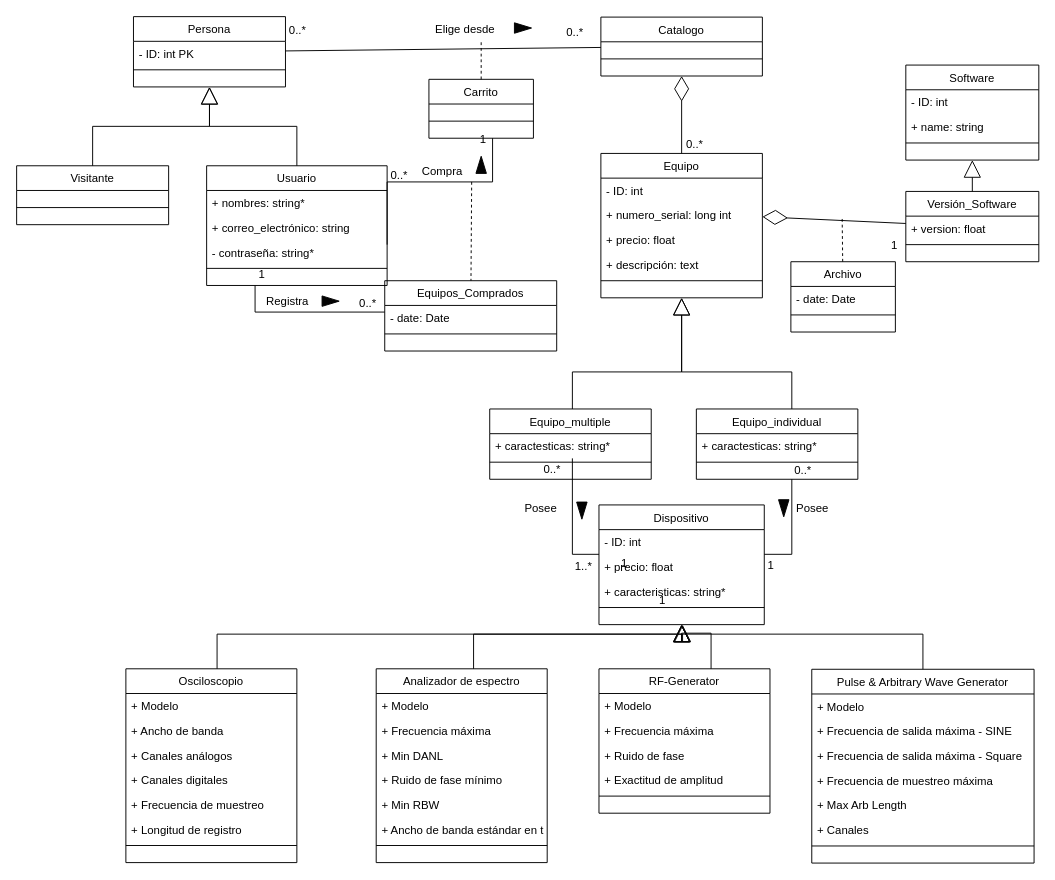
Before: ModeloDeDatos.drawio in pierreLucas40/INF236, a draw.io diagram. Source tidied: cells renumbered, new cells numbered last; positions are measured from the earlier drawing's top-left corner, leaving out a move shared by most shapes. Both pictures are drawn from the tidied source at 95%, with x=0, y=0 at pixel (16, 16).
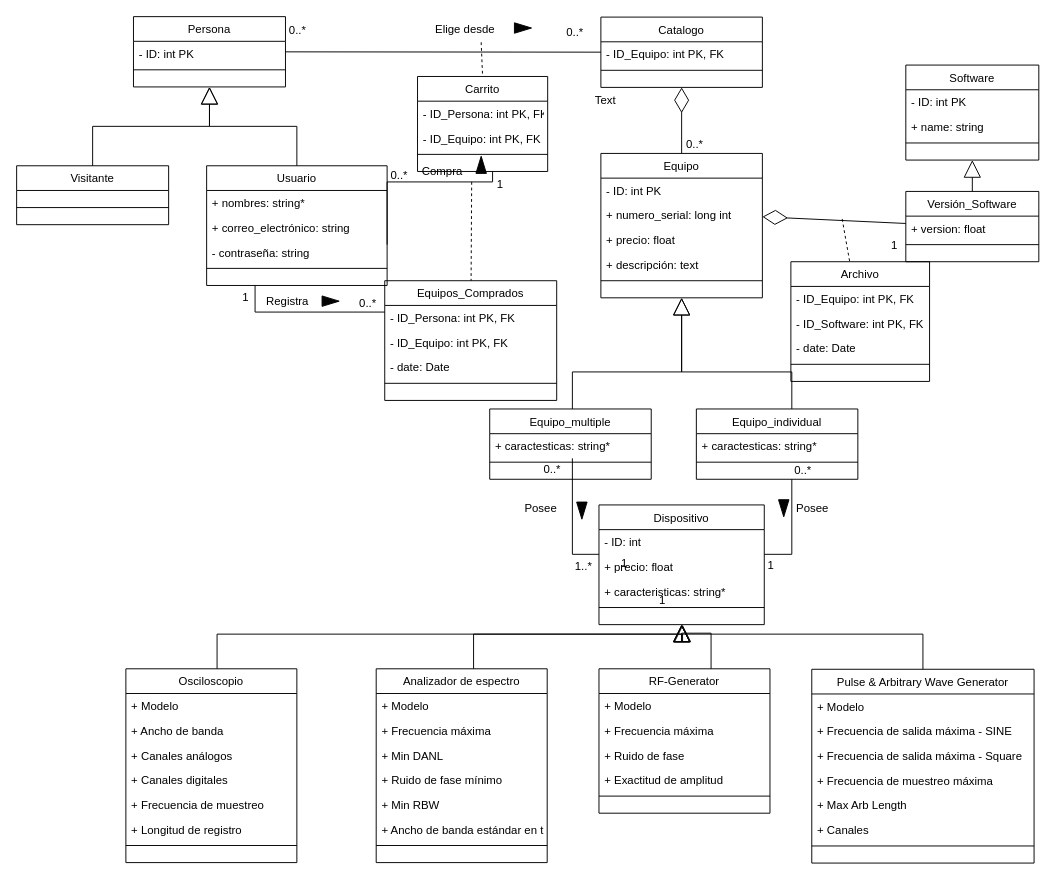
The same diagram, later.

The change refers to these unchanged cells:
```xml
<mxCell id="2" value="Usuario" style="swimlane;fontStyle=0;horizontal=1;startSize=26;fillColor=none;fontSize=12;" parent="1" vertex="1">
  <mxGeometry x="200" y="157" width="190" height="126" as="geometry" />
</mxCell>
<mxCell id="8" value="Equipo" style="swimlane;fontStyle=0;horizontal=1;startSize=26;fillColor=none;fontSize=12;" parent="1" vertex="1">
  <mxGeometry x="615" y="144" width="170" height="152" as="geometry" />
</mxCell>
<mxCell id="15" value="Software" style="swimlane;fontStyle=0;horizontal=1;startSize=26;fillColor=none;fontSize=12;" parent="1" vertex="1">
  <mxGeometry x="936" y="51" width="140" height="100" as="geometry" />
</mxCell>
```

Change to the diagram source:
```diff
@@
-    <mxCell id="5" value="- contraseña: string*" style="text;strokeColor=none;fillColor=none;align=left;verticalAlign=top;spacingLeft=4;spacingRight=4;overflow=hidden;fontSize=12;" parent="2" vertex="1">
+    <mxCell id="5" value="- contraseña: string" style="text;strokeColor=none;fillColor=none;align=left;verticalAlign=top;spacingLeft=4;spacingRight=4;overflow=hidden;fontSize=12;" parent="2" vertex="1">
       <mxGeometry y="78" width="190" height="26" as="geometry" />
     </mxCell>
@@
-    <mxCell id="9" value="- ID: int" style="text;strokeColor=none;fillColor=none;align=left;verticalAlign=top;spacingLeft=4;spacingRight=4;overflow=hidden;fontSize=12;" parent="8" vertex="1">
-      <mxGeometry y="26" width="170" height="26" as="geometry" />
-    </mxCell>
+    <mxCell id="141" value="- ID: int PK" style="text;strokeColor=none;fillColor=none;align=left;verticalAlign=top;spacingLeft=4;spacingRight=4;overflow=hidden;fontSize=12;" parent="8" vertex="1">
+      <mxGeometry y="26" width="170" height="26" as="geometry" />
+    </mxCell>
@@
-    <mxCell id="16" value="- ID: int" style="text;strokeColor=none;fillColor=none;align=left;verticalAlign=top;spacingLeft=4;spacingRight=4;overflow=hidden;fontSize=12;" parent="15" vertex="1">
-      <mxGeometry y="26" width="140" height="26" as="geometry" />
-    </mxCell>
+    <mxCell id="142" value="- ID: int PK" style="text;strokeColor=none;fillColor=none;align=left;verticalAlign=top;spacingLeft=4;spacingRight=4;overflow=hidden;fontSize=12;" parent="15" vertex="1">
+      <mxGeometry y="26" width="140" height="26" as="geometry" />
+    </mxCell>
@@
     <mxCell id="25" value="Carrito" style="swimlane;fontStyle=0;horizontal=1;startSize=26;fillColor=none;fontSize=12;" parent="1" vertex="1">
-      <mxGeometry x="434" y="66" width="110" height="62" as="geometry" />
+      <mxGeometry x="422" y="63" width="137" height="100" as="geometry" />
     </mxCell>
-    <mxCell id="26" style="text;strokeColor=none;fillColor=none;align=left;verticalAlign=middle;spacingTop=-1;spacingLeft=4;spacingRight=4;labelPosition=right;" parent="25" vertex="1">
-      <mxGeometry y="26" width="110" height="14" as="geometry" />
-    </mxCell>
+    <mxCell id="143" value="- ID_Persona: int PK, FK" style="text;strokeColor=none;fillColor=none;align=left;verticalAlign=top;spacingLeft=4;spacingRight=4;overflow=hidden;fontSize=12;" parent="25" vertex="1">
+      <mxGeometry y="26" width="137" height="26" as="geometry" />
+    </mxCell>
+    <mxCell id="144" value="- ID_Equipo: int PK, FK" style="text;strokeColor=none;fillColor=none;align=left;verticalAlign=top;spacingLeft=4;spacingRight=4;overflow=hidden;fontSize=12;" parent="25" vertex="1">
+      <mxGeometry y="52" width="137" height="26" as="geometry" />
+    </mxCell>
     <mxCell id="27" style="line;strokeWidth=1;fillColor=none;align=left;verticalAlign=middle;spacingTop=-1;spacingLeft=3;spacingRight=3;labelPosition=right;" parent="25" vertex="1">
-      <mxGeometry y="40" width="110" height="8" as="geometry" />
+      <mxGeometry y="78" width="137" height="8" as="geometry" />
     </mxCell>
     <mxCell id="28" style="text;strokeColor=none;fillColor=none;align=left;verticalAlign=middle;spacingTop=-1;spacingLeft=4;spacingRight=4;labelPosition=right;" parent="25" vertex="1">
-      <mxGeometry y="48" width="110" height="14" as="geometry" />
+      <mxGeometry y="86" width="137" height="14" as="geometry" />
     </mxCell>
@@
     <mxCell id="43" value="Equipos_Comprados" style="swimlane;fontStyle=0;horizontal=1;startSize=26;fillColor=none;fontSize=12;" parent="1" vertex="1">
-      <mxGeometry x="387.5" y="278" width="181" height="74" as="geometry" />
+      <mxGeometry x="387.5" y="278" width="181" height="126" as="geometry" />
     </mxCell>
+    <mxCell id="145" value="- ID_Persona: int PK, FK" style="text;strokeColor=none;fillColor=none;align=left;verticalAlign=top;spacingLeft=4;spacingRight=4;overflow=hidden;fontSize=12;" parent="43" vertex="1">
+      <mxGeometry y="26" width="181" height="26" as="geometry" />
+    </mxCell>
+    <mxCell id="146" value="- ID_Equipo: int PK, FK" style="text;strokeColor=none;fillColor=none;align=left;verticalAlign=top;spacingLeft=4;spacingRight=4;overflow=hidden;fontSize=12;" parent="43" vertex="1">
+      <mxGeometry y="52" width="181" height="26" as="geometry" />
+    </mxCell>
-    <mxCell id="44" value="- date: Date" style="text;strokeColor=none;fillColor=none;align=left;verticalAlign=top;spacingLeft=4;spacingRight=4;overflow=hidden;fontSize=12;" parent="43" vertex="1">
-      <mxGeometry y="26" width="181" height="26" as="geometry" />
+    <mxCell id="44" value="- date: Date " style="text;strokeColor=none;fillColor=none;align=left;verticalAlign=top;spacingLeft=4;spacingRight=4;overflow=hidden;fontSize=12;" parent="43" vertex="1">
+      <mxGeometry y="78" width="181" height="26" as="geometry" />
     </mxCell>
     <mxCell id="45" style="line;strokeWidth=1;fillColor=none;align=left;verticalAlign=middle;spacingTop=-1;spacingLeft=3;spacingRight=3;labelPosition=right;" parent="43" vertex="1">
-      <mxGeometry y="52" width="181" height="8" as="geometry" />
+      <mxGeometry y="104" width="181" height="8" as="geometry" />
     </mxCell>
     <mxCell id="46" style="text;strokeColor=none;fillColor=none;align=left;verticalAlign=middle;spacingTop=-1;spacingLeft=4;spacingRight=4;labelPosition=right;" parent="43" vertex="1">
-      <mxGeometry y="60" width="181" height="14" as="geometry" />
+      <mxGeometry y="112" width="181" height="14" as="geometry" />
     </mxCell>
@@
     <mxCell id="51" value="Archivo" style="swimlane;fontStyle=0;horizontal=1;startSize=26;fillColor=none;fontSize=12;" parent="1" vertex="1">
-      <mxGeometry x="815" y="258" width="110" height="74" as="geometry" />
+      <mxGeometry x="815" y="258" width="146" height="126" as="geometry" />
     </mxCell>
+    <mxCell id="147" value="- ID_Equipo: int PK, FK" style="text;strokeColor=none;fillColor=none;align=left;verticalAlign=top;spacingLeft=4;spacingRight=4;overflow=hidden;fontSize=12;" parent="51" vertex="1">
+      <mxGeometry y="26" width="146" height="26" as="geometry" />
+    </mxCell>
+    <mxCell id="148" value="- ID_Software: int PK, FK" style="text;strokeColor=none;fillColor=none;align=left;verticalAlign=top;spacingLeft=4;spacingRight=4;overflow=hidden;fontSize=12;" parent="51" vertex="1">
+      <mxGeometry y="52" width="146" height="26" as="geometry" />
+    </mxCell>
     <mxCell id="52" value="- date: Date" style="text;strokeColor=none;fillColor=none;align=left;verticalAlign=top;spacingLeft=4;spacingRight=4;overflow=hidden;fontSize=12;" parent="51" vertex="1">
-      <mxGeometry y="26" width="110" height="26" as="geometry" />
+      <mxGeometry y="78" width="146" height="26" as="geometry" />
     </mxCell>
     <mxCell id="53" style="line;strokeWidth=1;fillColor=none;align=left;verticalAlign=middle;spacingTop=-1;spacingLeft=3;spacingRight=3;labelPosition=right;" parent="51" vertex="1">
-      <mxGeometry y="52" width="110" height="8" as="geometry" />
+      <mxGeometry y="104" width="146" height="8" as="geometry" />
     </mxCell>
     <mxCell id="54" style="text;strokeColor=none;fillColor=none;align=left;verticalAlign=middle;spacingTop=-1;spacingLeft=4;spacingRight=4;labelPosition=right;" parent="51" vertex="1">
-      <mxGeometry y="60" width="110" height="14" as="geometry" />
+      <mxGeometry y="112" width="146" height="14" as="geometry" />
     </mxCell>
@@
     <mxCell id="79" value="1" style="text;html=1;align=left;verticalAlign=top;spacingTop=-4;fontSize=12;" parent="1" vertex="1">
-      <mxGeometry x="252.5" y="262" width="20" height="20" as="geometry" />
+      <mxGeometry x="236" y="286" width="20" height="20" as="geometry" />
     </mxCell>
@@
     <mxCell id="92" value="Catalogo" style="swimlane;fontStyle=0;horizontal=1;startSize=26;fillColor=none;fontSize=12;" parent="1" vertex="1">
-      <mxGeometry x="615" y="0.5" width="170" height="62" as="geometry" />
+      <mxGeometry x="615" y="0.5" width="170" height="74" as="geometry" />
     </mxCell>
-    <mxCell id="93" style="text;strokeColor=none;fillColor=none;align=left;verticalAlign=middle;spacingTop=-1;spacingLeft=4;spacingRight=4;labelPosition=right;" parent="92" vertex="1">
-      <mxGeometry y="26" width="170" height="14" as="geometry" />
-    </mxCell>
+    <mxCell id="149" value="- ID_Equipo: int PK, FK" style="text;strokeColor=none;fillColor=none;align=left;verticalAlign=top;spacingLeft=4;spacingRight=4;overflow=hidden;fontSize=12;" parent="92" vertex="1">
+      <mxGeometry y="26" width="170" height="26" as="geometry" />
+    </mxCell>
     <mxCell id="94" style="line;strokeWidth=1;fillColor=none;align=left;verticalAlign=middle;spacingTop=-1;spacingLeft=3;spacingRight=3;labelPosition=right;" parent="92" vertex="1">
-      <mxGeometry y="40" width="170" height="8" as="geometry" />
+      <mxGeometry y="52" width="170" height="8" as="geometry" />
     </mxCell>
     <mxCell id="95" style="text;strokeColor=none;fillColor=none;align=left;verticalAlign=middle;spacingTop=-1;spacingLeft=4;spacingRight=4;labelPosition=right;" parent="92" vertex="1">
-      <mxGeometry y="48" width="170" height="14" as="geometry" />
+      <mxGeometry y="60" width="170" height="14" as="geometry" />
     </mxCell>
@@
     <mxCell id="97" value="1" style="text;html=1;align=left;verticalAlign=top;spacingTop=-4;fontSize=12;" parent="1" vertex="1">
-      <mxGeometry x="486" y="119" width="20" height="20" as="geometry" />
+      <mxGeometry x="504" y="167" width="20" height="20" as="geometry" />
     </mxCell>
@@
+    <mxCell id="150" value="Text" style="text;html=1;align=left;verticalAlign=top;spacingTop=-4;" parent="1" vertex="1">
+      <mxGeometry x="607" y="79" width="40" height="20" as="geometry" />
+    </mxCell>
```
